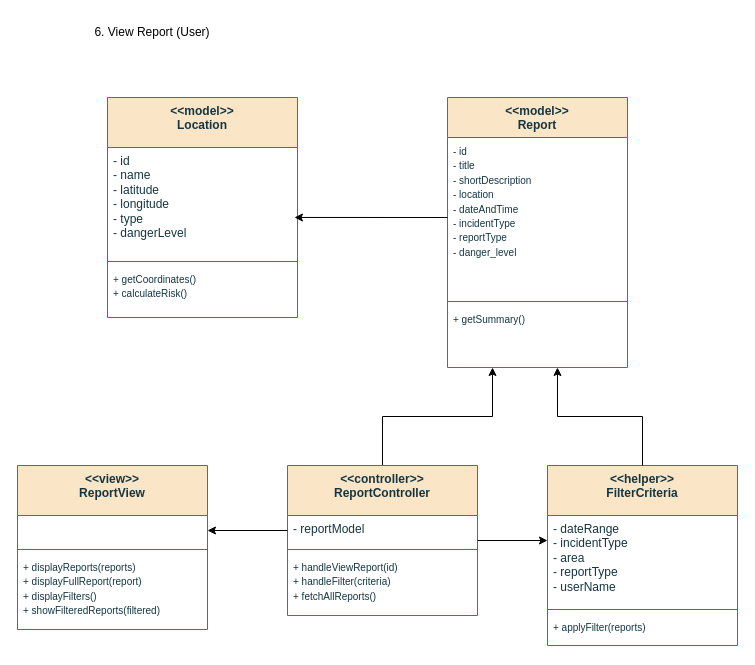
TH-014/CSE_326 keeps this draw.io diagram as page "10. View Report (User)" (10 of 17) of Untitled Diagram.drawio. Above is the earlier version. Source tidied: cells renumbered, new cells numbered last; positions are measured from the earlier drawing's top-left corner, leaving out a move shared by most shapes. Both pictures are drawn from the tidied source at 100%, with x=0, y=0 at pixel (17, 17).
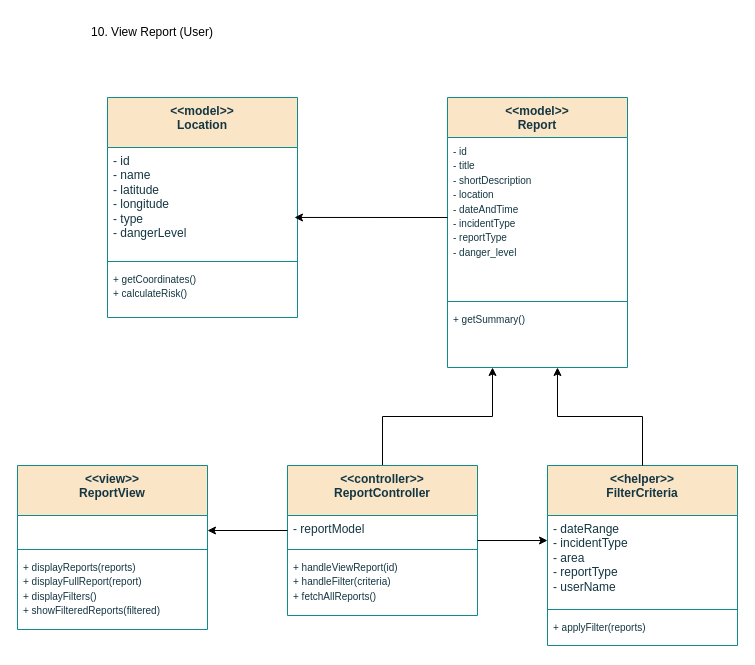
The same diagram, later.

What changed in the source:
```diff
@@
-    <mxCell id="10" value="6. View Report (User) " style="text;html=1;strokeColor=none;fillColor=none;align=center;verticalAlign=middle;whiteSpace=wrap;rounded=0;" parent="1" vertex="1">
+    <mxCell id="10" value="10. View Report (User) " style="text;html=1;strokeColor=none;fillColor=none;align=center;verticalAlign=middle;whiteSpace=wrap;rounded=0;" parent="1" vertex="1">
       <mxGeometry x="30" width="210" height="30" as="geometry" />
     </mxCell>
```
